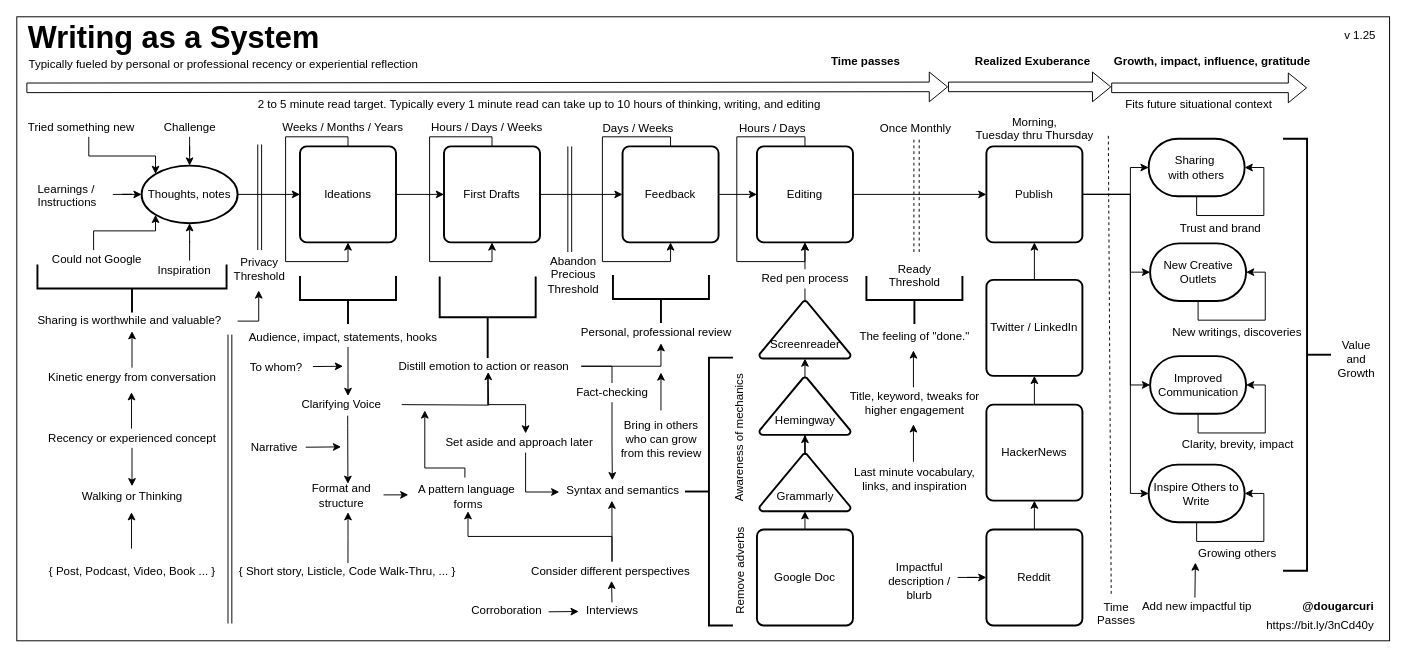
Above: mentoring/diagrams/blogging-process.drawio in solidi/learning-notes (draw.io), before the change. Source tidied: cells renumbered, new cells numbered last; positions are measured from the earlier drawing's top-left corner, leaving out a move shared by most shapes. Both pictures are drawn from the tidied source at 96%, with x=0, y=0 at pixel (16, 16).
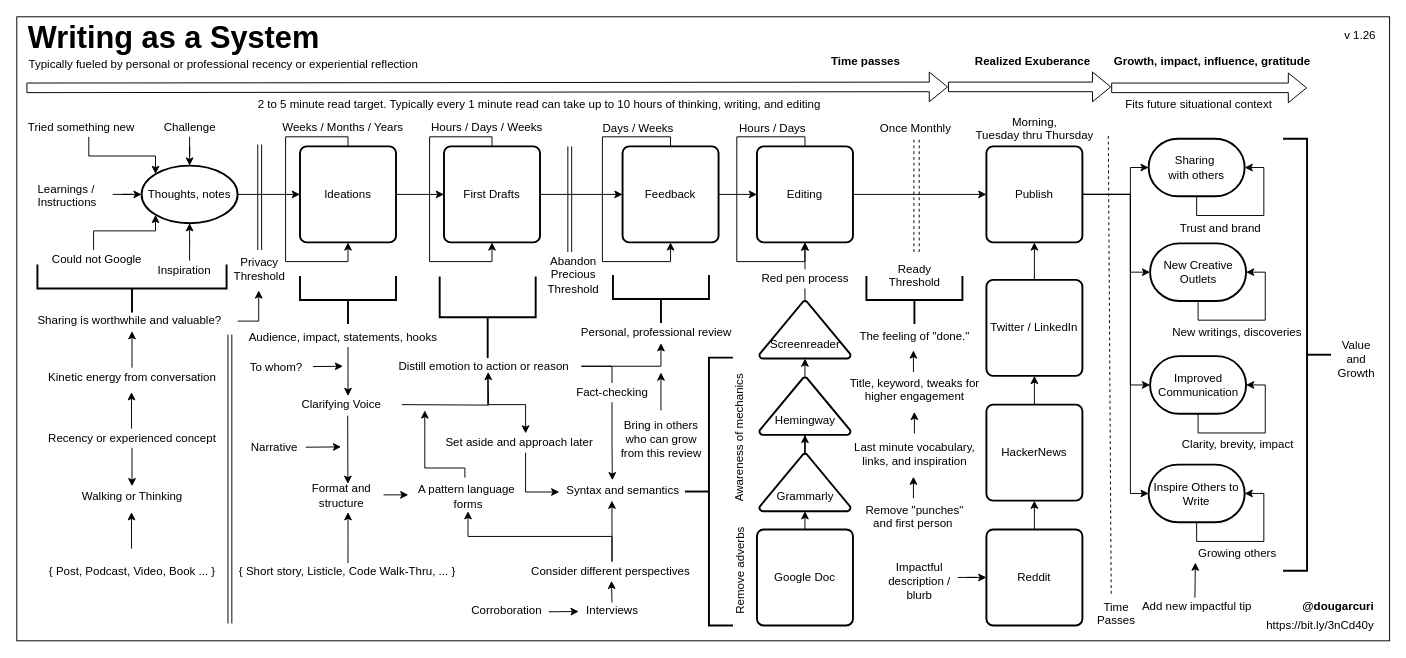
The same page after the edit.

Commit message (it also covers changes not shown here):
Add remove "punches" and first person

What changed in the source:
```diff
@@
     <mxCell id="93" value="Title, keyword, tweaks for &lt;br&gt;higher engagement" style="text;html=1;align=center;verticalAlign=top;spacingTop=-4;" parent="1" vertex="1">
-      <mxGeometry x="860" y="385.5" width="150" height="30" as="geometry" />
+      <mxGeometry x="860" y="371.5" width="150" height="30" as="geometry" />
     </mxCell>
@@
-    <mxCell id="96" style="edgeStyle=orthogonalEdgeStyle;rounded=0;orthogonalLoop=1;jettySize=auto;html=1;exitX=0.5;exitY=0;exitDx=0;exitDy=0;entryX=0.5;entryY=1;entryDx=0;entryDy=0;" parent="1" edge="1">
-      <mxGeometry relative="1" as="geometry">
-        <mxPoint x="934" y="463.5" as="sourcePoint" />
-        <mxPoint x="934" y="424.5" as="targetPoint" />
-      </mxGeometry>
-    </mxCell>
     <mxCell id="97" value="Last minute vocabulary,&lt;br&gt;links, and inspiration" style="text;html=1;align=center;verticalAlign=top;spacingTop=-4;" parent="1" vertex="1">
-      <mxGeometry x="865" y="464.5" width="140" height="30" as="geometry" />
+      <mxGeometry x="865" y="439" width="140" height="30" as="geometry" />
     </mxCell>
@@
-    <mxCell id="99" style="edgeStyle=orthogonalEdgeStyle;rounded=0;orthogonalLoop=1;jettySize=auto;html=1;exitX=0.5;exitY=0;exitDx=0;exitDy=0;entryX=0.5;entryY=1;entryDx=0;entryDy=0;" parent="1" edge="1">
+    <mxCell id="99" style="edgeStyle=orthogonalEdgeStyle;rounded=0;orthogonalLoop=1;jettySize=auto;html=1;entryX=0.5;entryY=1;entryDx=0;entryDy=0;" parent="1" edge="1">
       <mxGeometry relative="1" as="geometry">
-        <mxPoint x="934" y="386" as="sourcePoint" />
+        <mxPoint x="934" y="370" as="sourcePoint" />
         <mxPoint x="934" y="347.5" as="targetPoint" />
       </mxGeometry>
     </mxCell>
@@
-    <mxCell id="121" value="v 1.25" style="text;html=1;align=center;verticalAlign=middle;" parent="1" vertex="1">
+    <mxCell id="121" value="v 1.26" style="text;html=1;align=center;verticalAlign=middle;" parent="1" vertex="1">
       <mxGeometry x="1369" y="5" width="60" height="30" as="geometry" />
     </mxCell>
@@
+    <mxCell id="152" value="Remove &quot;punches&quot;&lt;br&gt;and&amp;nbsp;first person&amp;nbsp;" style="text;html=1;align=center;verticalAlign=top;spacingTop=-4;" parent="1" vertex="1">
+      <mxGeometry x="870" y="504" width="130" height="40" as="geometry" />
+    </mxCell>
+    <mxCell id="153" style="edgeStyle=orthogonalEdgeStyle;rounded=0;orthogonalLoop=1;jettySize=auto;html=1;entryX=0.5;entryY=1;entryDx=0;entryDy=0;" parent="1" edge="1">
+      <mxGeometry relative="1" as="geometry">
+        <mxPoint x="935" y="434" as="sourcePoint" />
+        <mxPoint x="935" y="411.5" as="targetPoint" />
+      </mxGeometry>
+    </mxCell>
+    <mxCell id="154" style="edgeStyle=orthogonalEdgeStyle;rounded=0;orthogonalLoop=1;jettySize=auto;html=1;entryX=0.5;entryY=1;entryDx=0;entryDy=0;" parent="1" edge="1">
+      <mxGeometry relative="1" as="geometry">
+        <mxPoint x="934" y="501.5" as="sourcePoint" />
+        <mxPoint x="934" y="479" as="targetPoint" />
+      </mxGeometry>
+    </mxCell>
```
